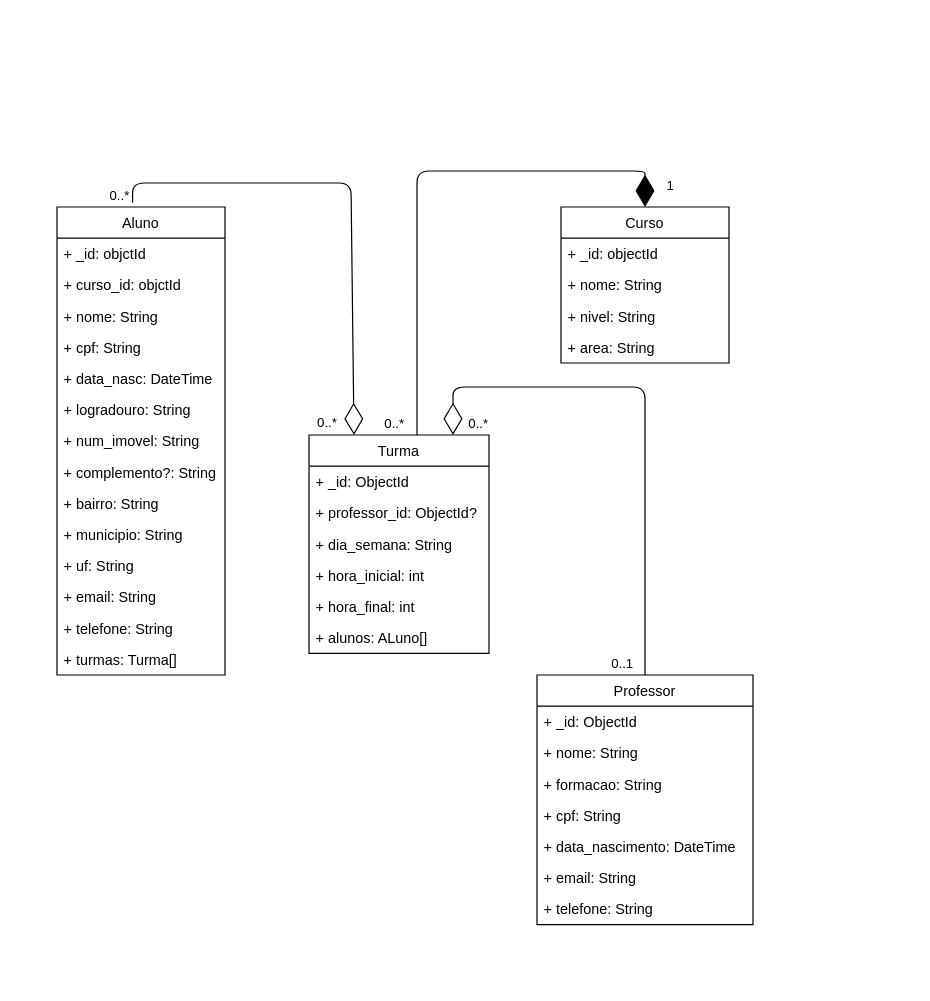
Earlier version of the draw.io diagram docs/modelagem-bd.drawio (juxuxumachado/bn-not-2023-2). Source tidied: cells renumbered, new cells numbered last; positions are measured from the earlier drawing's top-left corner, leaving out a move shared by most shapes. Both pictures are drawn from the tidied source at 120%, with x=0, y=0 at pixel (56, 170).
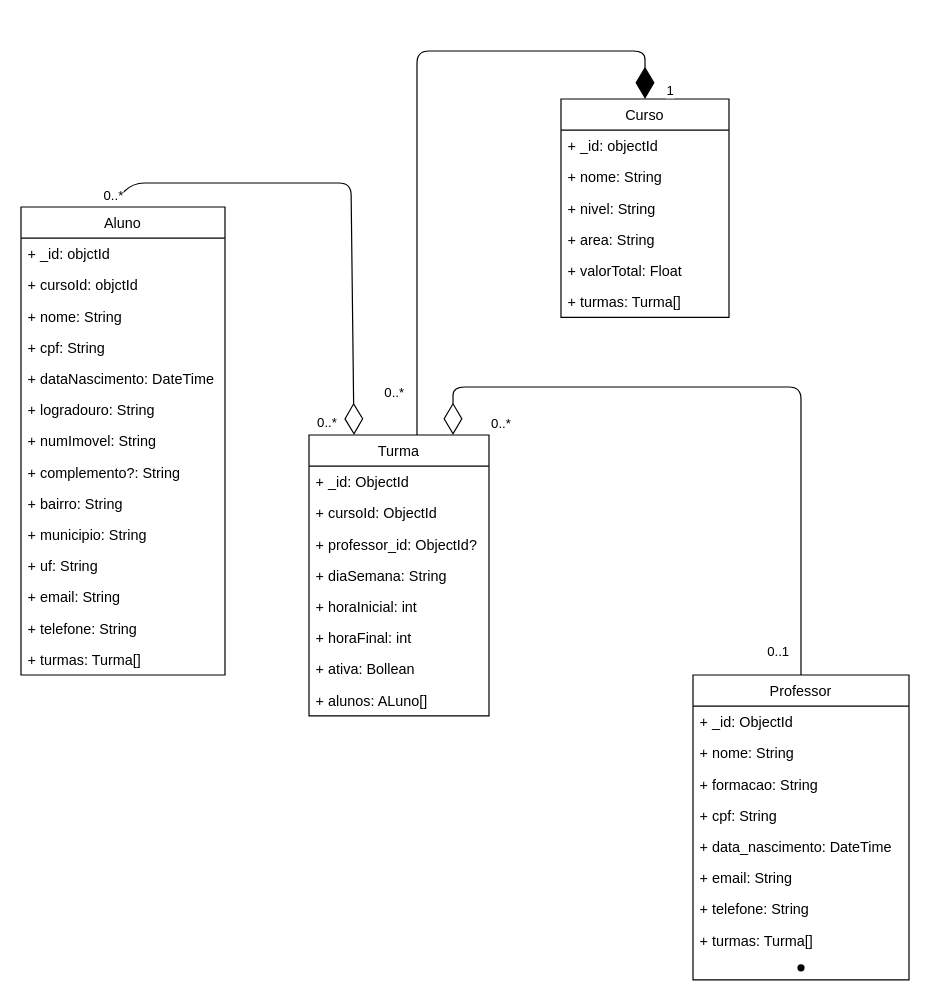
The same diagram, later.

What changed in the source:
```diff
@@
     <mxCell id="2" value="Aluno" style="swimlane;fontStyle=0;horizontal=1;startSize=26;fillColor=none;" parent="1" vertex="1">
-      <mxGeometry y="30" width="140" height="390" as="geometry" />
+      <mxGeometry x="-30" y="30" width="170" height="390" as="geometry" />
     </mxCell>
     <mxCell id="3" value="+ _id: objctId" style="text;strokeColor=none;fillColor=none;align=left;verticalAlign=top;spacingLeft=4;spacingRight=4;overflow=hidden;" parent="2" vertex="1">
-      <mxGeometry y="26" width="140" height="26" as="geometry" />
+      <mxGeometry y="26" width="170" height="26" as="geometry" />
     </mxCell>
-    <mxCell id="4" value="+ curso_id: objctId" style="text;strokeColor=none;fillColor=none;align=left;verticalAlign=top;spacingLeft=4;spacingRight=4;overflow=hidden;" parent="2" vertex="1">
-      <mxGeometry y="52" width="140" height="26" as="geometry" />
+    <mxCell id="4" value="+ cursoId: objctId" style="text;strokeColor=none;fillColor=none;align=left;verticalAlign=top;spacingLeft=4;spacingRight=4;overflow=hidden;" parent="2" vertex="1">
+      <mxGeometry y="52" width="170" height="26" as="geometry" />
     </mxCell>
     <mxCell id="5" value="+ nome: String" style="text;strokeColor=none;fillColor=none;align=left;verticalAlign=top;spacingLeft=4;spacingRight=4;overflow=hidden;" parent="2" vertex="1">
-      <mxGeometry y="78" width="140" height="26" as="geometry" />
+      <mxGeometry y="78" width="170" height="26" as="geometry" />
     </mxCell>
     <mxCell id="6" value="+ cpf: String" style="text;strokeColor=none;fillColor=none;align=left;verticalAlign=top;spacingLeft=4;spacingRight=4;overflow=hidden;" parent="2" vertex="1">
-      <mxGeometry y="104" width="140" height="26" as="geometry" />
+      <mxGeometry y="104" width="170" height="26" as="geometry" />
     </mxCell>
-    <mxCell id="7" value="+ data_nasc: DateTime" style="text;strokeColor=none;fillColor=none;align=left;verticalAlign=top;spacingLeft=4;spacingRight=4;overflow=hidden;" parent="2" vertex="1">
-      <mxGeometry y="130" width="140" height="26" as="geometry" />
+    <mxCell id="7" value="+ dataNascimento: DateTime" style="text;strokeColor=none;fillColor=none;align=left;verticalAlign=top;spacingLeft=4;spacingRight=4;overflow=hidden;" parent="2" vertex="1">
+      <mxGeometry y="130" width="170" height="26" as="geometry" />
     </mxCell>
     <mxCell id="8" value="+ logradouro: String" style="text;strokeColor=none;fillColor=none;align=left;verticalAlign=top;spacingLeft=4;spacingRight=4;overflow=hidden;" parent="2" vertex="1">
-      <mxGeometry y="156" width="140" height="26" as="geometry" />
+      <mxGeometry y="156" width="170" height="26" as="geometry" />
     </mxCell>
-    <mxCell id="9" value="+ num_imovel: String" style="text;strokeColor=none;fillColor=none;align=left;verticalAlign=top;spacingLeft=4;spacingRight=4;overflow=hidden;" parent="2" vertex="1">
-      <mxGeometry y="182" width="140" height="26" as="geometry" />
+    <mxCell id="9" value="+ numImovel: String" style="text;strokeColor=none;fillColor=none;align=left;verticalAlign=top;spacingLeft=4;spacingRight=4;overflow=hidden;" parent="2" vertex="1">
+      <mxGeometry y="182" width="170" height="26" as="geometry" />
     </mxCell>
     <mxCell id="10" value="+ complemento?: String" style="text;strokeColor=none;fillColor=none;align=left;verticalAlign=top;spacingLeft=4;spacingRight=4;overflow=hidden;" parent="2" vertex="1">
-      <mxGeometry y="208" width="140" height="26" as="geometry" />
+      <mxGeometry y="208" width="170" height="26" as="geometry" />
     </mxCell>
     <mxCell id="11" value="+ bairro: String" style="text;strokeColor=none;fillColor=none;align=left;verticalAlign=top;spacingLeft=4;spacingRight=4;overflow=hidden;" parent="2" vertex="1">
-      <mxGeometry y="234" width="140" height="26" as="geometry" />
+      <mxGeometry y="234" width="170" height="26" as="geometry" />
     </mxCell>
     <mxCell id="12" value="+ municipio: String" style="text;strokeColor=none;fillColor=none;align=left;verticalAlign=top;spacingLeft=4;spacingRight=4;overflow=hidden;" parent="2" vertex="1">
-      <mxGeometry y="260" width="140" height="26" as="geometry" />
+      <mxGeometry y="260" width="170" height="26" as="geometry" />
     </mxCell>
     <mxCell id="13" value="+ uf: String" style="text;strokeColor=none;fillColor=none;align=left;verticalAlign=top;spacingLeft=4;spacingRight=4;overflow=hidden;" parent="2" vertex="1">
-      <mxGeometry y="286" width="140" height="26" as="geometry" />
+      <mxGeometry y="286" width="170" height="26" as="geometry" />
     </mxCell>
     <mxCell id="14" value="+ email: String" style="text;strokeColor=none;fillColor=none;align=left;verticalAlign=top;spacingLeft=4;spacingRight=4;overflow=hidden;" parent="2" vertex="1">
-      <mxGeometry y="312" width="140" height="26" as="geometry" />
+      <mxGeometry y="312" width="170" height="26" as="geometry" />
     </mxCell>
     <mxCell id="15" value="+ telefone: String" style="text;strokeColor=none;fillColor=none;align=left;verticalAlign=top;spacingLeft=4;spacingRight=4;overflow=hidden;" parent="2" vertex="1">
-      <mxGeometry y="338" width="140" height="26" as="geometry" />
+      <mxGeometry y="338" width="170" height="26" as="geometry" />
     </mxCell>
     <mxCell id="16" value="+ turmas: Turma[]" style="text;strokeColor=none;fillColor=none;align=left;verticalAlign=top;spacingLeft=4;spacingRight=4;overflow=hidden;" parent="2" vertex="1">
-      <mxGeometry y="364" width="140" height="26" as="geometry" />
+      <mxGeometry y="364" width="170" height="26" as="geometry" />
     </mxCell>
     <mxCell id="17" value="Curso" style="swimlane;fontStyle=0;horizontal=1;startSize=26;fillColor=none;" parent="1" vertex="1">
-      <mxGeometry x="420" y="30" width="140" height="130" as="geometry" />
+      <mxGeometry x="420" y="-60" width="140" height="182" as="geometry" />
     </mxCell>
@@
+    <mxCell id="46" value="+ valorTotal: Float" style="text;strokeColor=none;fillColor=none;align=left;verticalAlign=top;spacingLeft=4;spacingRight=4;overflow=hidden;" parent="17" vertex="1">
+      <mxGeometry y="130" width="140" height="26" as="geometry" />
+    </mxCell>
+    <mxCell id="47" value="+ turmas: Turma[]" style="text;strokeColor=none;fillColor=none;align=left;verticalAlign=top;spacingLeft=4;spacingRight=4;overflow=hidden;" parent="17" vertex="1">
+      <mxGeometry y="156" width="140" height="26" as="geometry" />
+    </mxCell>
     <mxCell id="22" value="Turma" style="swimlane;fontStyle=0;horizontal=1;startSize=26;fillColor=none;" parent="1" vertex="1">
-      <mxGeometry x="210" y="220" width="150" height="182" as="geometry" />
+      <mxGeometry x="210" y="220" width="150" height="234" as="geometry" />
     </mxCell>
@@
+    <mxCell id="48" value="+ cursoId: ObjectId" style="text;strokeColor=none;fillColor=none;align=left;verticalAlign=top;spacingLeft=4;spacingRight=4;overflow=hidden;" parent="22" vertex="1">
+      <mxGeometry y="52" width="150" height="26" as="geometry" />
+    </mxCell>
     <mxCell id="24" value="+ professor_id: ObjectId?" style="text;strokeColor=none;fillColor=none;align=left;verticalAlign=top;spacingLeft=4;spacingRight=4;overflow=hidden;" parent="22" vertex="1">
-      <mxGeometry y="52" width="150" height="26" as="geometry" />
+      <mxGeometry y="78" width="150" height="26" as="geometry" />
     </mxCell>
-    <mxCell id="25" value="+ dia_semana: String" style="text;strokeColor=none;fillColor=none;align=left;verticalAlign=top;spacingLeft=4;spacingRight=4;overflow=hidden;" parent="22" vertex="1">
-      <mxGeometry y="78" width="150" height="26" as="geometry" />
+    <mxCell id="25" value="+ diaSemana: String" style="text;strokeColor=none;fillColor=none;align=left;verticalAlign=top;spacingLeft=4;spacingRight=4;overflow=hidden;" parent="22" vertex="1">
+      <mxGeometry y="104" width="150" height="26" as="geometry" />
     </mxCell>
-    <mxCell id="26" value="+ hora_inicial: int" style="text;strokeColor=none;fillColor=none;align=left;verticalAlign=top;spacingLeft=4;spacingRight=4;overflow=hidden;" parent="22" vertex="1">
-      <mxGeometry y="104" width="150" height="26" as="geometry" />
+    <mxCell id="26" value="+ horaInicial: int" style="text;strokeColor=none;fillColor=none;align=left;verticalAlign=top;spacingLeft=4;spacingRight=4;overflow=hidden;" parent="22" vertex="1">
+      <mxGeometry y="130" width="150" height="26" as="geometry" />
     </mxCell>
-    <mxCell id="27" value="+ hora_final: int" style="text;strokeColor=none;fillColor=none;align=left;verticalAlign=top;spacingLeft=4;spacingRight=4;overflow=hidden;" parent="22" vertex="1">
-      <mxGeometry y="130" width="150" height="26" as="geometry" />
+    <mxCell id="27" value="+ horaFinal: int" style="text;strokeColor=none;fillColor=none;align=left;verticalAlign=top;spacingLeft=4;spacingRight=4;overflow=hidden;" parent="22" vertex="1">
+      <mxGeometry y="156" width="150" height="26" as="geometry" />
     </mxCell>
+    <mxCell id="49" value="+ ativa: Bollean" style="text;strokeColor=none;fillColor=none;align=left;verticalAlign=top;spacingLeft=4;spacingRight=4;overflow=hidden;" parent="22" vertex="1">
+      <mxGeometry y="182" width="150" height="26" as="geometry" />
+    </mxCell>
     <mxCell id="28" value="+ alunos: ALuno[]" style="text;strokeColor=none;fillColor=none;align=left;verticalAlign=top;spacingLeft=4;spacingRight=4;overflow=hidden;" parent="22" vertex="1">
-      <mxGeometry y="156" width="150" height="26" as="geometry" />
+      <mxGeometry y="208" width="150" height="26" as="geometry" />
     </mxCell>
     <mxCell id="29" value="Professor" style="swimlane;fontStyle=0;horizontal=1;startSize=26;fillColor=none;" parent="1" vertex="1">
-      <mxGeometry x="400" y="420" width="180" height="208" as="geometry" />
+      <mxGeometry x="530" y="420" width="180" height="254" as="geometry" />
     </mxCell>
@@
+    <mxCell id="50" value="+ turmas: Turma[]" style="text;strokeColor=none;fillColor=none;align=left;verticalAlign=top;spacingLeft=4;spacingRight=4;overflow=hidden;" parent="29" vertex="1">
+      <mxGeometry y="208" width="180" height="26" as="geometry" />
+    </mxCell>
+    <mxCell id="51" style="shape=waypoint;sketch=0;size=6;fillColor=none;perimeter=centerPerimeter;" parent="29" vertex="1">
+      <mxGeometry y="234" width="180" height="20" as="geometry" />
+    </mxCell>
     <mxCell id="37" style="endArrow=diamondThin;endFill=1;endSize=24;html=1;edgeStyle=orthogonalEdgeStyle;entryX=0.5;entryY=0;entryDx=0;entryDy=0;exitX=0.5;exitY=0;exitDx=0;exitDy=0;" parent="1" edge="1" target="17">
       <mxGeometry relative="1" as="geometry">
         <mxPoint x="300" y="220" as="sourcePoint" />
         <Array as="points">
-          <mxPoint x="300" y="220" />
-          <mxPoint x="300" />
-          <mxPoint x="490" />
+          <mxPoint x="300" y="-100" />
+          <mxPoint x="490" y="-100" />
         </Array>
       </mxGeometry>
     </mxCell>
@@
     <mxCell id="39" value="1" style="edgeLabel;html=1;align=center;verticalAlign=middle;" parent="37" vertex="1">
       <mxGeometry x="-0.56" relative="1" as="geometry">
-        <mxPoint x="210" y="-112" as="offset" />
+        <mxPoint x="210" y="-167" as="offset" />
       </mxGeometry>
     </mxCell>
@@
     <mxCell id="43" style="endArrow=diamondThin;endFill=0;endSize=24;html=1;exitX=0.5;exitY=0;exitDx=0;exitDy=0;" parent="1" edge="1" source="29">
       <mxGeometry relative="1" as="geometry">
         <mxPoint x="330" y="220" as="targetPoint" />
         <Array as="points">
-          <mxPoint x="490" y="180" />
+          <mxPoint x="620" y="180" />
           <mxPoint x="330" y="180" />
         </Array>
       </mxGeometry>
     </mxCell>
```
